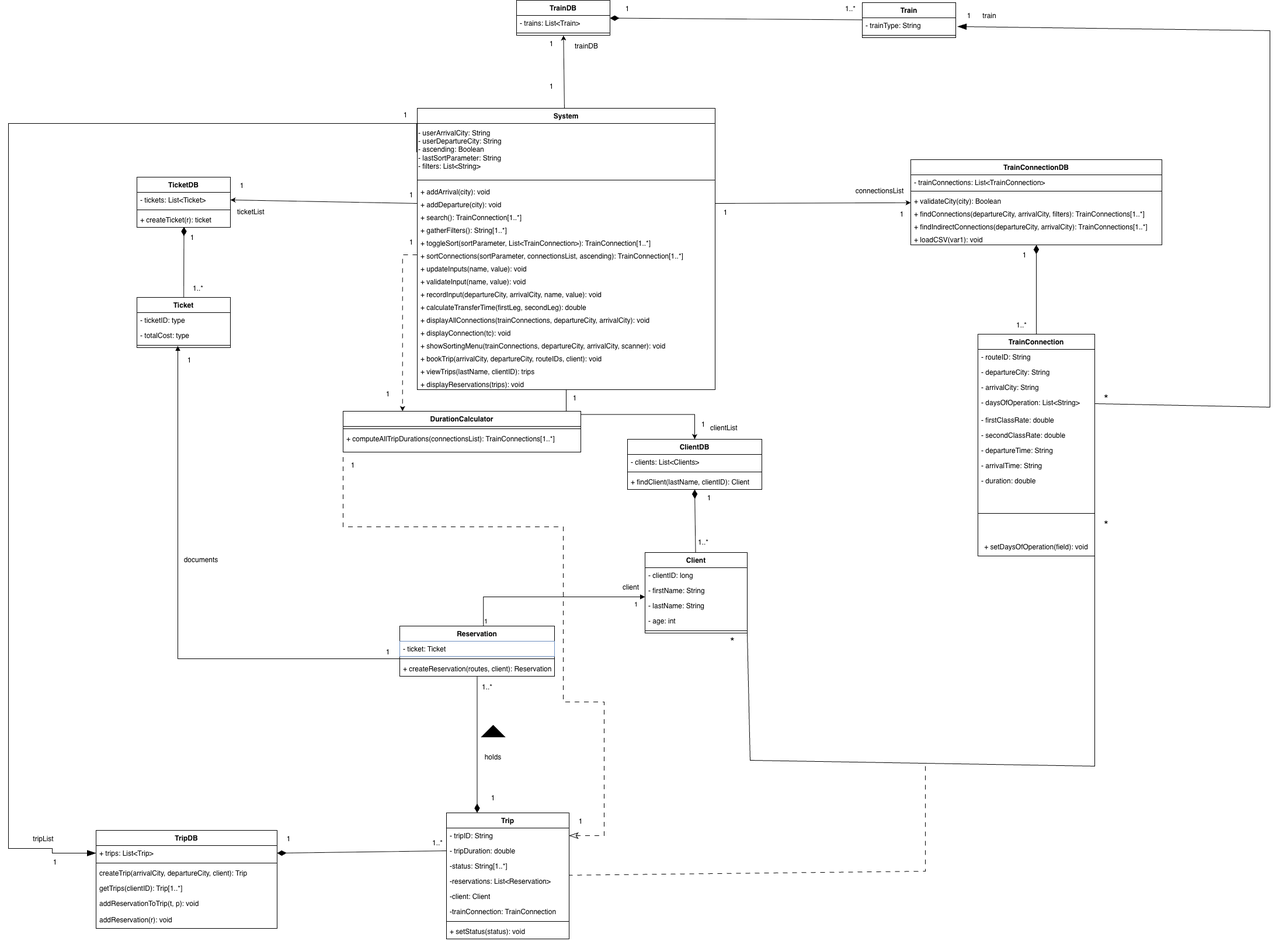
Before: artifacts/class_diagram.drawio.png, a diagram exported from draw.io (rajdey03/SOEN342). Source tidied: cells renumbered, new cells last; positions are measured from the earlier drawing's top-left corner, leaving out a move shared by most shapes.
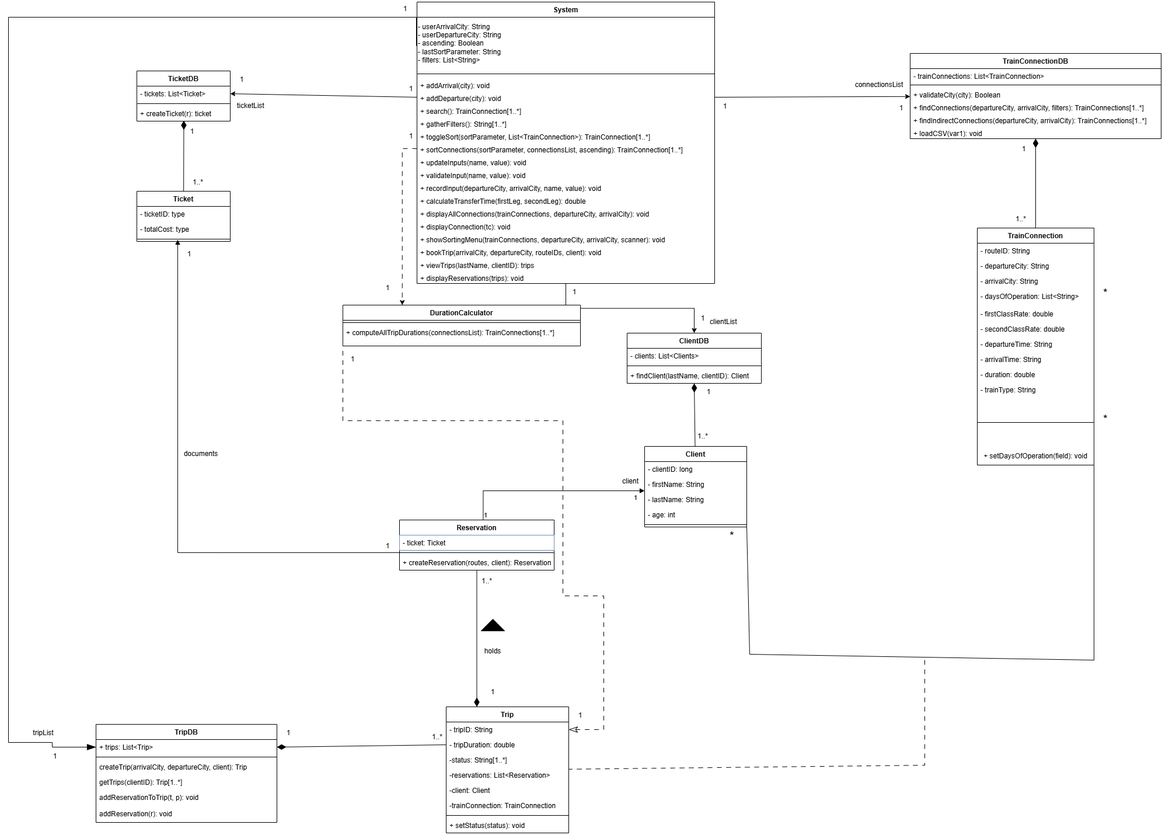
The same diagram one commit later.

Diff of the diagram source:
```diff
@@ -5,9 +5,6 @@
     <mxCell id="2" style="edgeStyle=orthogonalEdgeStyle;rounded=0;jettySize=auto;html=1;entryX=0.5;entryY=0;entryDx=0;entryDy=0;" parent="1" edge="1" source="6" target="134">
       <mxGeometry relative="1" as="geometry" />
     </mxCell>
-    <mxCell id="3" style="rounded=0;jettySize=auto;html=1;" parent="1" edge="1" source="6" target="45">
-      <mxGeometry relative="1" as="geometry" />
-    </mxCell>
     <mxCell id="4" style="rounded=0;jettySize=auto;html=1;exitX=0;exitY=0.5;exitDx=0;exitDy=0;entryX=1;entryY=0.5;entryDx=0;entryDy=0;" parent="1" edge="1" target="131">
       <mxGeometry relative="1" as="geometry">
         <mxPoint x="700" y="348" as="sourcePoint" />
@@ -97,7 +94,7 @@
       <mxGeometry y="130" width="175" height="8" as="geometry" />
     </mxCell>
     <mxCell id="32" value="TrainConnection" style="swimlane;fontStyle=1;align=center;verticalAlign=top;horizontal=1;startSize=26;whiteSpace=wrap;html=1;" parent="1" vertex="1">
-      <mxGeometry x="1660" y="572" width="200" height="380" as="geometry" />
+      <mxGeometry x="1660" y="572" width="200" height="406" as="geometry" />
     </mxCell>
     <mxCell id="33" value="- routeID: String" style="text;align=left;verticalAlign=top;spacingLeft=4;spacingRight=4;overflow=hidden;whiteSpace=wrap;html=1;" parent="32" vertex="1">
       <mxGeometry y="26" width="200" height="26" as="geometry" />
@@ -126,33 +123,15 @@
     <mxCell id="41" value="- duration: double" style="text;strokeColor=none;fillColor=none;align=left;verticalAlign=top;spacingLeft=4;spacingRight=4;overflow=hidden;whiteSpace=wrap;html=1;" parent="32" vertex="1">
       <mxGeometry y="238" width="200" height="26" as="geometry" />
     </mxCell>
+    <mxCell id="49" value="- trainType: String" style="text;strokeColor=none;fillColor=none;align=left;verticalAlign=top;spacingLeft=4;spacingRight=4;overflow=hidden;whiteSpace=wrap;html=1;" parent="32" vertex="1">
+      <mxGeometry y="264" width="200" height="26" as="geometry" />
+    </mxCell>
     <mxCell id="42" style="line;strokeWidth=1;fillColor=none;align=left;verticalAlign=middle;spacingTop=-1;spacingLeft=3;spacingRight=3;labelPosition=right;strokeColor=inherit;" parent="32" vertex="1">
-      <mxGeometry y="264" width="200" height="86" as="geometry" />
+      <mxGeometry y="290" width="200" height="86" as="geometry" />
     </mxCell>
     <mxCell id="43" value="+ setDaysOfOperation(field): void" style="text;html=1;whiteSpace=wrap;strokeColor=none;fillColor=none;align=center;verticalAlign=middle;rounded=0;" parent="32" vertex="1">
-      <mxGeometry y="350" width="200" height="30" as="geometry" />
+      <mxGeometry y="376" width="200" height="30" as="geometry" />
     </mxCell>
-    <mxCell id="44" style="rounded=0;jettySize=auto;html=1;endArrow=none;endFill=0;startArrow=diamondThin;startFill=1;startSize=13;" parent="1" edge="1" source="45" target="48">
-      <mxGeometry relative="1" as="geometry" />
-    </mxCell>
-    <mxCell id="45" value="TrainDB" style="swimlane;fontStyle=1;align=center;verticalAlign=top;horizontal=1;startSize=26;whiteSpace=wrap;html=1;" parent="1" vertex="1">
-      <mxGeometry x="870" width="160" height="60" as="geometry" />
-    </mxCell>
-    <mxCell id="46" value="- trains: List&amp;lt;Train&amp;gt;" style="text;strokeColor=none;fillColor=none;align=left;verticalAlign=top;spacingLeft=4;spacingRight=4;overflow=hidden;whiteSpace=wrap;html=1;" parent="45" vertex="1">
-      <mxGeometry y="26" width="160" height="26" as="geometry" />
-    </mxCell>
-    <mxCell id="47" style="line;strokeWidth=1;fillColor=none;align=left;verticalAlign=middle;spacingTop=-1;spacingLeft=3;spacingRight=3;labelPosition=right;strokeColor=inherit;" parent="45" vertex="1">
-      <mxGeometry y="52" width="160" height="8" as="geometry" />
-    </mxCell>
-    <mxCell id="48" value="Train" style="swimlane;fontStyle=1;align=center;verticalAlign=top;horizontal=1;startSize=26;whiteSpace=wrap;html=1;" parent="1" vertex="1">
-      <mxGeometry x="1462" y="4" width="160" height="60" as="geometry" />
-    </mxCell>
-    <mxCell id="49" value="- trainType: String" style="text;strokeColor=none;fillColor=none;align=left;verticalAlign=top;spacingLeft=4;spacingRight=4;overflow=hidden;whiteSpace=wrap;html=1;" parent="48" vertex="1">
-      <mxGeometry y="26" width="160" height="26" as="geometry" />
-    </mxCell>
-    <mxCell id="50" style="line;strokeWidth=1;fillColor=none;align=left;verticalAlign=middle;spacingTop=-1;spacingLeft=3;spacingRight=3;labelPosition=right;strokeColor=inherit;" parent="48" vertex="1">
-      <mxGeometry y="52" width="160" height="8" as="geometry" />
-    </mxCell>
     <mxCell id="51" style="rounded=0;jettySize=auto;html=1;endArrow=none;endFill=0;startArrow=diamondThin;startFill=1;startSize=13;exitX=0.503;exitY=0.962;exitDx=0;exitDy=0;exitPerimeter=0;" parent="1" edge="1" source="133" target="52">
       <mxGeometry relative="1" as="geometry" />
     </mxCell>
@@ -211,12 +190,6 @@
         </Array>
       </mxGeometry>
     </mxCell>
-    <mxCell id="67" value="1" style="text;html=1;align=center;verticalAlign=middle;whiteSpace=wrap;rounded=0;" parent="1" vertex="1">
-      <mxGeometry x="920" y="60" width="20" height="30" as="geometry" />
-    </mxCell>
-    <mxCell id="68" value="1" style="text;html=1;align=center;verticalAlign=middle;whiteSpace=wrap;rounded=0;" parent="1" vertex="1">
-      <mxGeometry x="920" y="133" width="20" height="30" as="geometry" />
-    </mxCell>
     <mxCell id="69" value="1" style="text;html=1;align=center;verticalAlign=middle;whiteSpace=wrap;rounded=0;" parent="1" vertex="1">
       <mxGeometry x="305" y="392" width="20" height="30" as="geometry" />
     </mxCell>
@@ -232,15 +205,6 @@
     <mxCell id="73" value="&lt;font style=&quot;font-size: 20px;&quot;&gt;*&lt;/font&gt;" style="text;html=1;align=center;verticalAlign=middle;whiteSpace=wrap;rounded=0;" parent="1" vertex="1">
       <mxGeometry x="1230" y="1084" width="20" height="30" as="geometry" />
     </mxCell>
-    <mxCell id="74" style="endArrow=none;html=1;rounded=0;entryX=1;entryY=0.5;entryDx=0;entryDy=0;startArrow=blockThin;startFill=1;startSize=13;" parent="1" edge="1" target="36">
-      <mxGeometry relative="1" as="geometry">
-        <mxPoint x="1625" y="45" as="sourcePoint" />
-        <Array as="points">
-          <mxPoint x="2160" y="52" />
-          <mxPoint x="2160" y="697" />
-        </Array>
-      </mxGeometry>
-    </mxCell>
     <mxCell id="75" value="&lt;font style=&quot;font-size: 20px;&quot;&gt;*&lt;/font&gt;" style="text;html=1;align=center;verticalAlign=middle;whiteSpace=wrap;rounded=0;" parent="1" vertex="1">
       <mxGeometry x="1870" y="668" width="20" height="30" as="geometry" />
     </mxCell>
@@ -259,15 +223,6 @@
     <mxCell id="80" value="1" style="text;html=1;align=center;verticalAlign=middle;whiteSpace=wrap;rounded=0;" parent="1" vertex="1">
       <mxGeometry x="960" y="667" width="20" height="30" as="geometry" />
     </mxCell>
-    <mxCell id="81" value="1" style="text;html=1;align=center;verticalAlign=middle;whiteSpace=wrap;rounded=0;" parent="1" vertex="1">
-      <mxGeometry x="1050" width="20" height="30" as="geometry" />
-    </mxCell>
-    <mxCell id="82" value="1..*" style="text;html=1;align=center;verticalAlign=middle;whiteSpace=wrap;rounded=0;" parent="1" vertex="1">
-      <mxGeometry x="1432" width="20" height="30" as="geometry" />
-    </mxCell>
-    <mxCell id="83" value="1" style="text;html=1;align=center;verticalAlign=middle;whiteSpace=wrap;rounded=0;" parent="1" vertex="1">
-      <mxGeometry x="1635" y="12" width="20" height="30" as="geometry" />
-    </mxCell>
     <mxCell id="84" value="1" style="text;html=1;align=center;verticalAlign=middle;whiteSpace=wrap;rounded=0;" parent="1" vertex="1">
       <mxGeometry x="1730" y="422" width="20" height="30" as="geometry" />
     </mxCell>
@@ -295,9 +250,6 @@
     <mxCell id="92" value="1" style="text;html=1;align=center;verticalAlign=middle;whiteSpace=wrap;rounded=0;" parent="1" vertex="1">
       <mxGeometry x="640" y="660" width="20" height="30" as="geometry" />
     </mxCell>
-    <mxCell id="93" value="train" style="text;html=1;align=center;verticalAlign=middle;whiteSpace=wrap;rounded=0;" parent="1" vertex="1">
-      <mxGeometry x="1660" y="12" width="40" height="30" as="geometry" />
-    </mxCell>
     <mxCell id="94" style="endArrow=none;html=1;rounded=0;exitX=1;exitY=0.5;exitDx=0;exitDy=0;entryX=0;entryY=0.5;entryDx=0;entryDy=0;edgeStyle=orthogonalEdgeStyle;dashed=1;dashPattern=8 8;startArrow=classicThin;startFill=0;startSize=13;" parent="1" edge="1" source="100" target="88">
       <mxGeometry relative="1" as="geometry">
         <Array as="points">
@@ -309,9 +261,6 @@
         </Array>
       </mxGeometry>
     </mxCell>
-    <mxCell id="95" value="trainDB" style="text;html=1;align=center;verticalAlign=middle;whiteSpace=wrap;rounded=0;" parent="1" vertex="1">
-      <mxGeometry x="960" y="64" width="60" height="30" as="geometry" />
-    </mxCell>
     <mxCell id="96" value="clientList" style="text;whiteSpace=wrap;html=1;" parent="1" vertex="1">
       <mxGeometry x="1200" y="719" width="80" height="40" as="geometry" />
     </mxCell>
```
